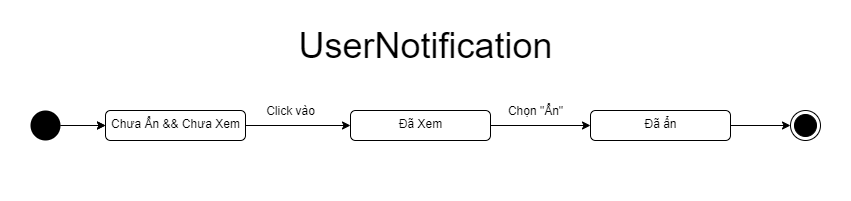
Merevoli-DatLuu/To-Do-App keeps this draw.io diagram as ToDoApp-Doc/Document/Diagram/State Machine Diagram/UserNotification/StateMachineDiagram_UserNotificationManagement.png. Above is the earlier version. Source tidied: cells renumbered, new cells last; positions are measured from the earlier drawing's top-left corner, leaving out a move shared by most shapes.
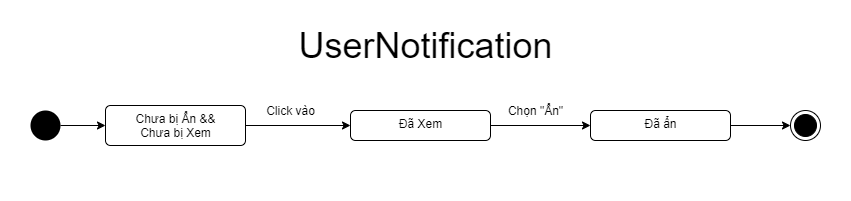
The same file after the commit.

Commit message:
[TODO-52]-[Modified]: UserNotification State Diagram

Diff of the diagram source:
```diff
@@ -5,28 +5,21 @@
     <mxCell id="2" style="rounded=0;whiteSpace=wrap;html=1;strokeColor=none;" parent="1" vertex="1">
       <mxGeometry width="850" height="200" as="geometry" />
     </mxCell>
-    <mxCell id="3" style="edgeStyle=orthogonalEdgeStyle;rounded=0;jettySize=auto;html=1;exitX=1;exitY=0.5;exitDx=0;exitDy=0;entryX=0;entryY=0.5;entryDx=0;entryDy=0;" parent="1" edge="1" source="6" target="12">
-      <mxGeometry relative="1" as="geometry" />
-    </mxCell>
     <mxCell id="4" style="edgeStyle=orthogonalEdgeStyle;rounded=0;jettySize=auto;html=1;entryX=0;entryY=0.5;entryDx=0;entryDy=0;" parent="1" edge="1" source="5" target="15">
       <mxGeometry relative="1" as="geometry" />
     </mxCell>
     <mxCell id="5" value="Đã ẩn" style="html=1;align=center;verticalAlign=top;rounded=1;absoluteArcSize=1;arcSize=10;dashed=0;" parent="1" vertex="1">
       <mxGeometry x="590" y="110" width="140" height="30" as="geometry" />
     </mxCell>
+    <mxCell id="3" style="edgeStyle=orthogonalEdgeStyle;rounded=0;jettySize=auto;html=1;entryX=0;entryY=0.5;entryDx=0;entryDy=0;" parent="1" edge="1" source="6" target="12">
+      <mxGeometry relative="1" as="geometry" />
+    </mxCell>
-    <mxCell id="6" value="&lt;font style=&quot;font-size: 12px&quot;&gt;Chưa Ẩn &amp;amp;&amp;amp; Chưa Xem&lt;/font&gt;" style="html=1;align=center;verticalAlign=top;rounded=1;absoluteArcSize=1;arcSize=10;dashed=0;" parent="1" vertex="1">
-      <mxGeometry x="105" y="110" width="140" height="30" as="geometry" />
+    <mxCell id="6" value="&lt;font style=&quot;font-size: 12px&quot;&gt;Chưa bị Ẩn &amp;amp;&amp;amp;&lt;br&gt;Chưa bị Xem&lt;/font&gt;" style="html=1;align=center;verticalAlign=top;rounded=1;absoluteArcSize=1;arcSize=10;dashed=0;" parent="1" vertex="1">
+      <mxGeometry x="105" y="105" width="140" height="40" as="geometry" />
     </mxCell>
-    <mxCell id="7" style="edgeStyle=orthogonalEdgeStyle;rounded=0;jettySize=auto;html=1;entryX=0;entryY=0.5;entryDx=0;entryDy=0;" parent="1" edge="1" target="6">
-      <mxGeometry relative="1" as="geometry">
-        <mxPoint x="60" y="125" as="sourcePoint" />
-      </mxGeometry>
-    </mxCell>
-    <mxCell id="8" style="edgeStyle=orthogonalEdgeStyle;rounded=0;jettySize=auto;html=1;" parent="1" edge="1" target="6">
-      <mxGeometry relative="1" as="geometry">
-        <mxPoint x="60" y="125" as="sourcePoint" />
-      </mxGeometry>
-    </mxCell>
+    <mxCell id="16" style="edgeStyle=orthogonalEdgeStyle;rounded=0;jettySize=auto;html=1;entryX=0;entryY=0.5;entryDx=0;entryDy=0;" parent="1" edge="1" source="9" target="6">
+      <mxGeometry relative="1" as="geometry" />
+    </mxCell>
     <mxCell id="9" style="ellipse;fillColor=#000000;strokeColor=none;" parent="1" vertex="1">
       <mxGeometry x="30" y="110" width="30" height="30" as="geometry" />
     </mxCell>
```
